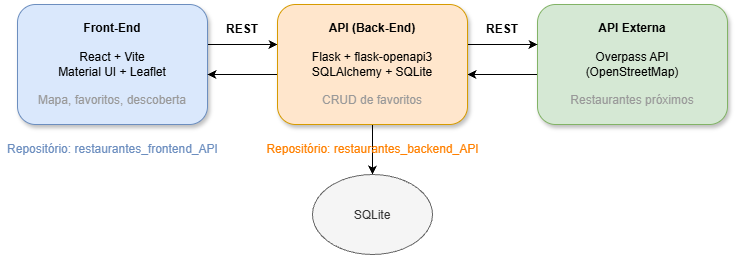
Earlier version of the draw.io export docs/Fluxuograma.drawio.png (Carloshvf/ArquiSoftFrontendMVP). Source tidied: cells renumbered, new cells last; positions are measured from the earlier drawing's top-left corner, leaving out a move shared by most shapes.
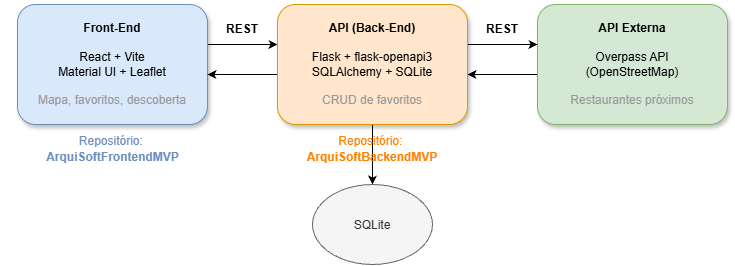
The same diagram one commit later.

Commit message:
Corrigindo fluxuograma

What changed in the source:
```diff
@@ -47,7 +47,7 @@
       <mxGeometry x="278" width="190" height="120" as="geometry" />
     </mxCell>
     <mxCell id="10" value="SQLite" style="ellipse;whiteSpace=wrap;html=1;shapeInside=1;fillColor=#f5f5f5;fontColor=#333333;strokeColor=#666666;" parent="1" vertex="1">
-      <mxGeometry x="313" y="170" width="120" height="80" as="geometry" />
+      <mxGeometry x="313" y="180" width="120" height="80" as="geometry" />
     </mxCell>
     <mxCell id="11" value="&lt;b&gt;REST&lt;/b&gt;" style="text;html=1;whiteSpace=wrap;strokeColor=none;fillColor=none;align=center;verticalAlign=middle;rounded=0;" parent="1" vertex="1">
       <mxGeometry x="213" y="10" width="60" height="30" as="geometry" />
@@ -55,11 +55,11 @@
     <mxCell id="12" value="&lt;b&gt;REST&lt;/b&gt;" style="text;html=1;whiteSpace=wrap;strokeColor=none;fillColor=none;align=center;verticalAlign=middle;rounded=0;" parent="1" vertex="1">
       <mxGeometry x="473" y="10" width="60" height="30" as="geometry" />
     </mxCell>
-    <mxCell id="13" value="&lt;span style=&quot;color: rgb(108, 142, 191);&quot;&gt;Repositório: restaurantes_frontend_API&lt;/span&gt;" style="text;html=1;whiteSpace=wrap;strokeColor=none;fillColor=none;align=center;verticalAlign=middle;rounded=0;" parent="1" vertex="1">
-      <mxGeometry x="0.5" y="130" width="225" height="30" as="geometry" />
-    </mxCell>
-    <mxCell id="14" value="&lt;span style=&quot;color: rgb(255, 128, 0);&quot;&gt;Repositório: restaurantes_backend_API&lt;/span&gt;" style="text;html=1;whiteSpace=wrap;strokeColor=none;fillColor=none;align=center;verticalAlign=middle;rounded=0;" parent="1" vertex="1">
-      <mxGeometry x="265.5" y="130" width="215" height="30" as="geometry" />
-    </mxCell>
+    <mxCell id="15" value="&lt;span style=&quot;color: rgb(108, 142, 191);&quot;&gt;Repositório:&amp;nbsp;&lt;/span&gt;&lt;h3 class=&quot;wb-break-all&quot; style=&quot;box-sizing: border-box; margin-top: 0px; margin-bottom: 0px; text-align: start; word-break: break-all !important;&quot;&gt;&lt;a href=&quot;https://github.com/Carloshvf/ArquiSoftFrontendMVP&quot; style=&quot;box-sizing: border-box; text-decoration: none;&quot;&gt;&lt;font style=&quot;font-size: 12px; color: light-dark(rgb(108, 142, 191), rgb(86, 168, 255));&quot; face=&quot;Helvetica&quot;&gt;ArquiSoftFrontendMVP&lt;/font&gt;&lt;/a&gt;&lt;/h3&gt;" style="text;html=1;whiteSpace=wrap;strokeColor=none;fillColor=none;align=center;verticalAlign=middle;rounded=0;" parent="1" vertex="1">
+      <mxGeometry x="0.5" y="130" width="225" height="30" as="geometry" />
+    </mxCell>
+    <mxCell id="16" value="&lt;span style=&quot;color: rgb(255, 128, 0);&quot;&gt;Repositório:&amp;nbsp;&lt;/span&gt;&lt;h3 class=&quot;wb-break-all&quot; style=&quot;box-sizing: border-box; margin-top: 0px; margin-bottom: 0px; text-align: start; word-break: break-all !important;&quot;&gt;&lt;a href=&quot;https://github.com/Carloshvf/ArquiSoftBackendMVP&quot; style=&quot;box-sizing: border-box; text-decoration: none; color: rgb(255, 128, 0);&quot;&gt;&lt;font style=&quot;font-size: 12px;&quot; face=&quot;Helvetica&quot;&gt;ArquiSoftBackendMVP&lt;/font&gt;&lt;/a&gt;&lt;/h3&gt;" style="text;html=1;whiteSpace=wrap;strokeColor=none;fillColor=none;align=center;verticalAlign=middle;rounded=0;" parent="1" vertex="1">
+      <mxGeometry x="243" y="130" width="260" height="30" as="geometry" />
+    </mxCell>
   </root>
 </mxGraphModel>
```
